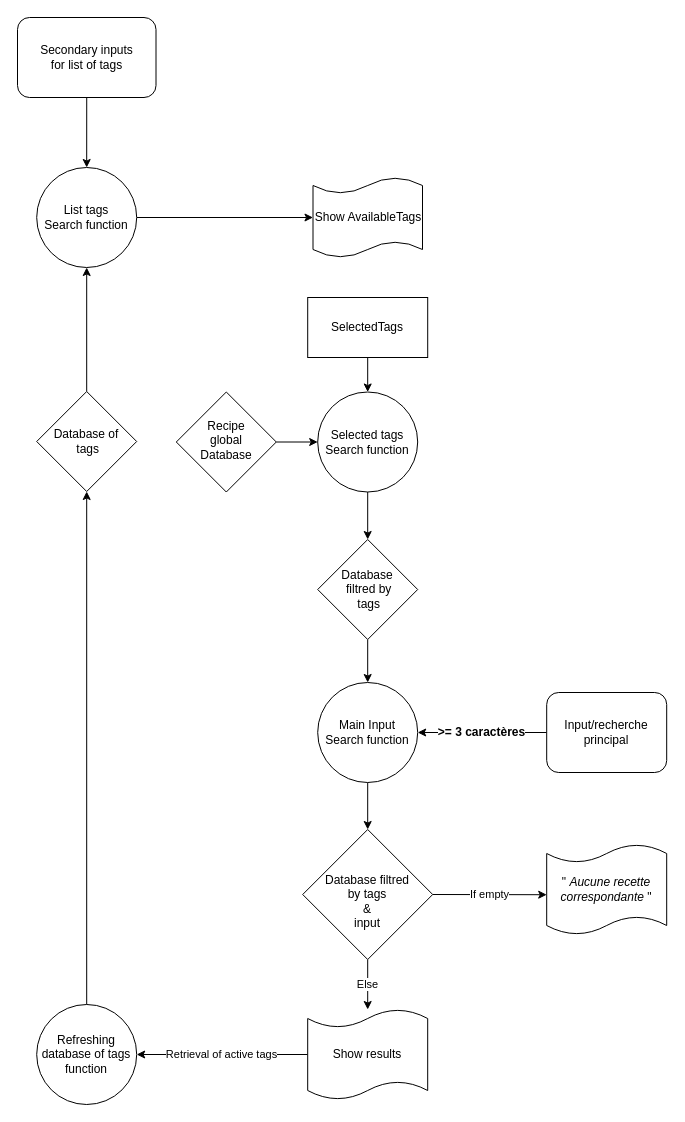
Earlier version of the draw.io diagram page "Page-2" (2 of 2) of P7-P11-Search-Engin.drawio (Cadegan/P11-front-end-search-engine). Source tidied: cells renumbered, new cells numbered last; positions are measured from the earlier drawing's top-left corner, leaving out a move shared by most shapes. Both pictures are drawn from the tidied source at 100%, with x=0, y=0 at pixel (17, 17).
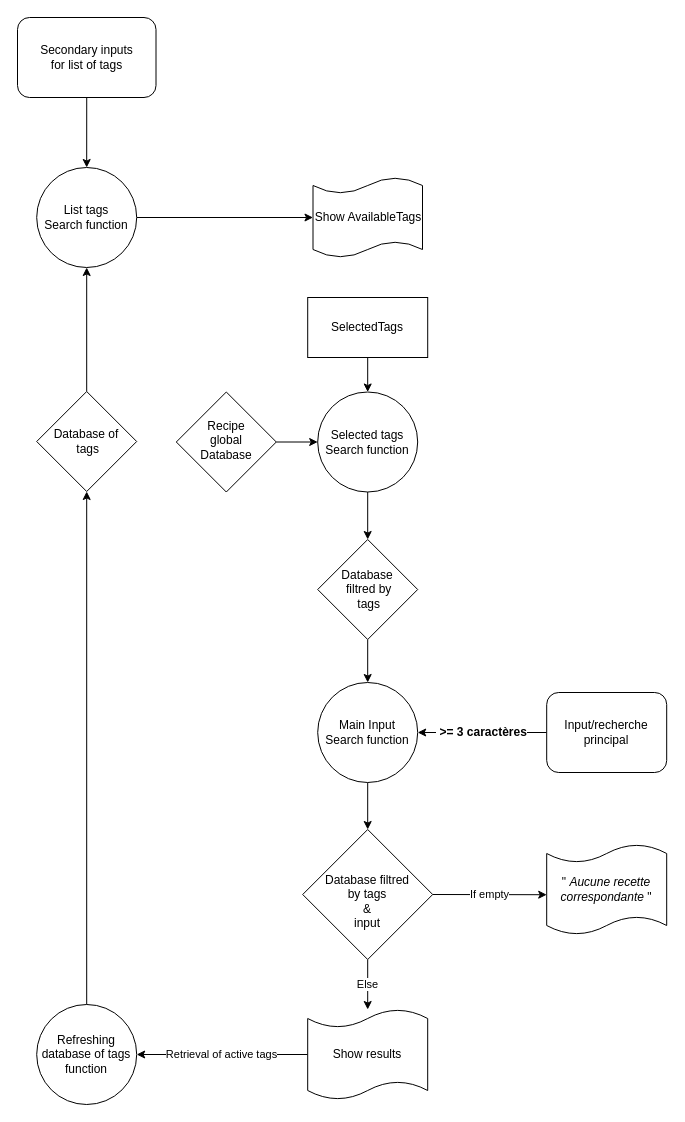
The same page after the edit.

The change refers to these unchanged cells:
```xml
<mxCell id="11" value="Main Input&lt;br&gt;Search function" style="ellipse;whiteSpace=wrap;html=1;" parent="1" vertex="1">
  <mxGeometry x="300.2" y="665" width="100" height="100" as="geometry" />
</mxCell>
<mxCell id="13" value="Input/recherche principal" style="rounded=1;whiteSpace=wrap;html=1;fontSize=12;glass=0;strokeWidth=1;shadow=0;" parent="1" vertex="1">
  <mxGeometry x="529.2" y="675" width="120" height="80" as="geometry" />
</mxCell>
```

What changed in the source:
```diff
@@
-    <mxCell id="12" value="&lt;b style=&quot;font-size: 12px&quot;&gt;&amp;gt;= 3 caractères&lt;/b&gt;" style="edgeStyle=none;html=1;entryX=1;entryY=0.5;entryDx=0;entryDy=0;exitX=0;exitY=0.5;exitDx=0;exitDy=0;" parent="1" edge="1" source="13" target="11">
+    <mxCell id="12" value="&lt;b style=&quot;font-size: 12px&quot;&gt;&amp;nbsp;&amp;gt;= 3 caractères&lt;/b&gt;" style="edgeStyle=none;html=1;entryX=1;entryY=0.5;entryDx=0;entryDy=0;exitX=0;exitY=0.5;exitDx=0;exitDy=0;" parent="1" edge="1" source="13" target="11">
       <mxGeometry relative="1" as="geometry" />
     </mxCell>
```
